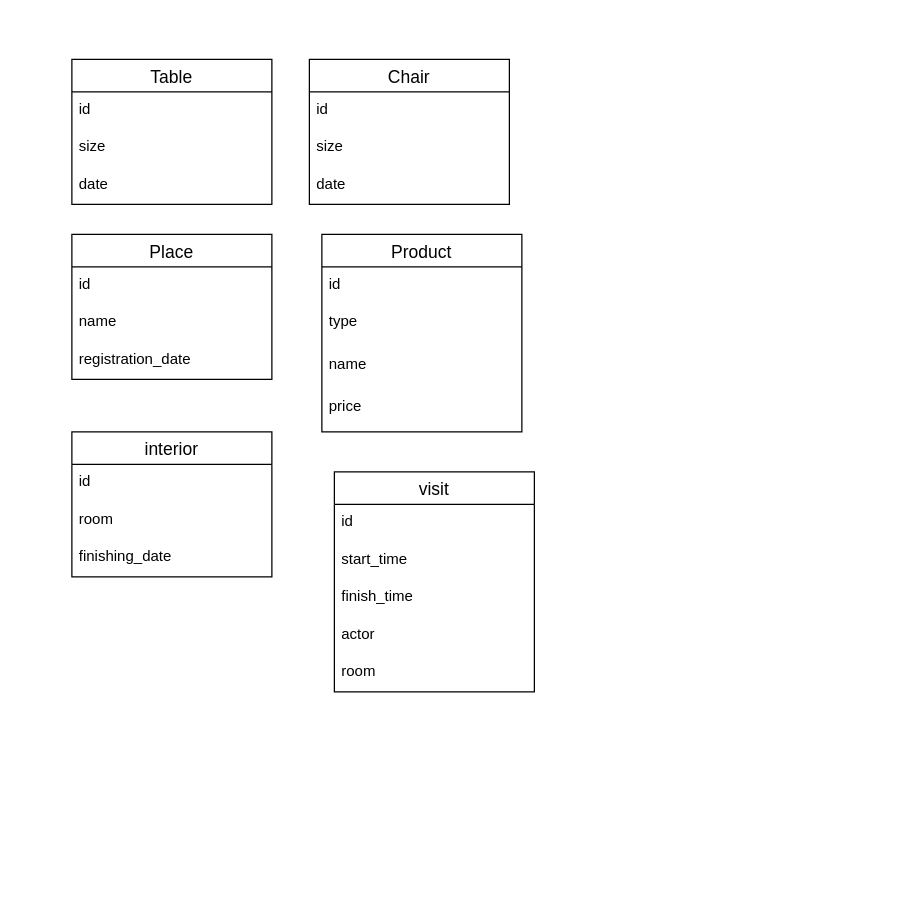
The draw.io diagram lab1/images/Диаграмма без названия.drawio in ShchA317/DBs, before the edit. Source tidied: cells renumbered, new cells numbered last; positions are measured from the earlier drawing's top-left corner, leaving out a move shared by most shapes. Both pictures are drawn from the tidied source at 125%, with x=0, y=0 at pixel (71, 59).
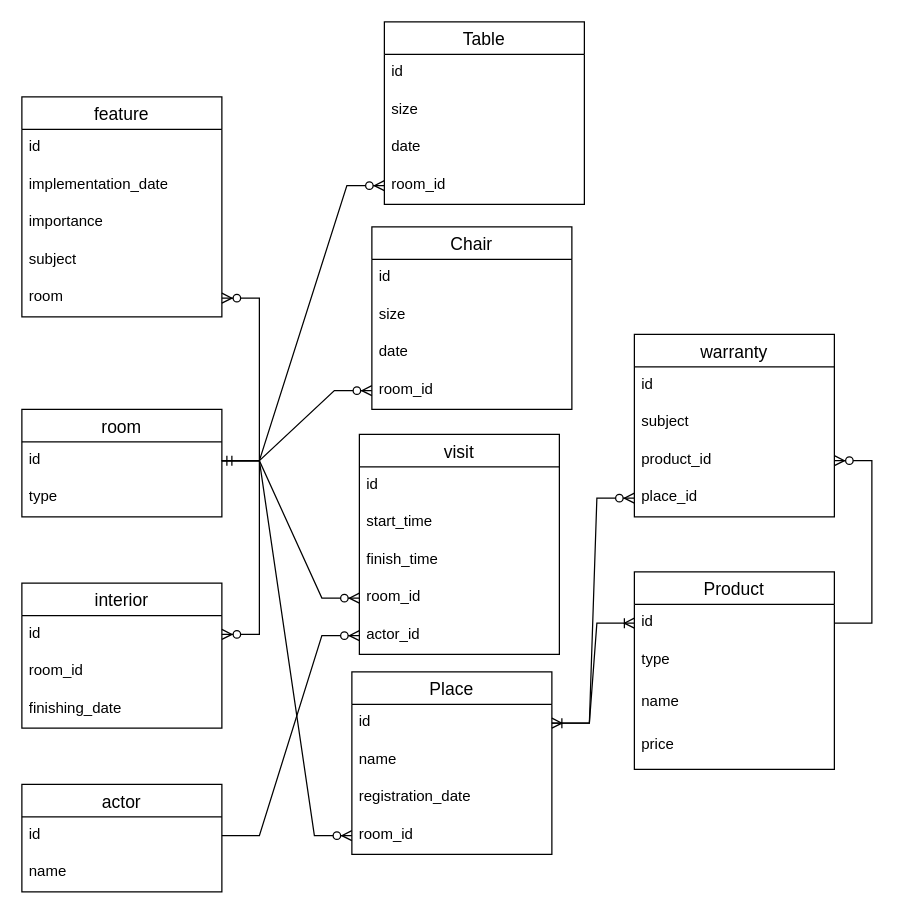
The same page after the edit.

Unchanged cells that the change refers to:
```xml
<mxCell id="7" value="id" style="text;strokeColor=none;fillColor=none;spacingLeft=4;spacingRight=4;overflow=hidden;points=[[0,0.5],[1,0.5]];portConstraint=eastwest;fontSize=12;whiteSpace=wrap;html=1;" parent="6" vertex="1">
  <mxGeometry y="26" width="160" height="30" as="geometry" />
</mxCell>
<mxCell id="11" value="id" style="text;strokeColor=none;fillColor=none;spacingLeft=4;spacingRight=4;overflow=hidden;points=[[0,0.5],[1,0.5]];portConstraint=eastwest;fontSize=12;whiteSpace=wrap;html=1;" parent="10" vertex="1">
  <mxGeometry y="26" width="160" height="30" as="geometry" />
</mxCell>
<mxCell id="15" value="id" style="text;strokeColor=none;fillColor=none;spacingLeft=4;spacingRight=4;overflow=hidden;points=[[0,0.5],[1,0.5]];portConstraint=eastwest;fontSize=12;whiteSpace=wrap;html=1;" parent="14" vertex="1">
  <mxGeometry y="26" width="160" height="30" as="geometry" />
</mxCell>
```

The edit, as a diff of the source:
```diff
@@
     <mxCell id="2" value="Table" style="swimlane;fontStyle=0;horizontal=1;startSize=26;align=center;fontSize=14;" parent="1" vertex="1">
-      <mxGeometry width="160" height="116" as="geometry" />
+      <mxGeometry x="250" y="-30" width="160" height="146" as="geometry" />
     </mxCell>
@@
+    <mxCell id="29" value="room_id" style="text;strokeColor=none;fillColor=none;spacingLeft=4;spacingRight=4;overflow=hidden;points=[[0,0.5],[1,0.5]];portConstraint=eastwest;fontSize=12;whiteSpace=wrap;html=1;" parent="2" vertex="1">
+      <mxGeometry y="116" width="160" height="30" as="geometry" />
+    </mxCell>
     <mxCell id="6" value="Place" style="swimlane;fontStyle=0;horizontal=1;startSize=26;align=center;fontSize=14;" parent="1" vertex="1">
-      <mxGeometry y="140" width="160" height="116" as="geometry" />
+      <mxGeometry x="224" y="490" width="160" height="146" as="geometry" />
     </mxCell>
@@
+    <mxCell id="30" value="room_id" style="text;strokeColor=none;fillColor=none;spacingLeft=4;spacingRight=4;overflow=hidden;points=[[0,0.5],[1,0.5]];portConstraint=eastwest;fontSize=12;whiteSpace=wrap;html=1;" parent="6" vertex="1">
+      <mxGeometry y="116" width="160" height="30" as="geometry" />
+    </mxCell>
     <mxCell id="10" value="interior" style="swimlane;fontStyle=0;horizontal=1;startSize=26;align=center;fontSize=14;" parent="1" vertex="1">
-      <mxGeometry y="298" width="160" height="116" as="geometry" />
+      <mxGeometry x="-40" y="419" width="160" height="116" as="geometry" />
     </mxCell>
@@
-    <mxCell id="12" value="room" style="text;strokeColor=none;fillColor=none;spacingLeft=4;spacingRight=4;overflow=hidden;fontSize=12;whiteSpace=wrap;html=1;" parent="10" vertex="1">
+    <mxCell id="12" value="room_id" style="text;strokeColor=none;fillColor=none;spacingLeft=4;spacingRight=4;overflow=hidden;fontSize=12;whiteSpace=wrap;html=1;" parent="10" vertex="1">
       <mxGeometry y="56" width="160" height="30" as="geometry" />
     </mxCell>
@@
     <mxCell id="14" value="Product" style="swimlane;fontStyle=0;horizontal=1;startSize=26;align=center;fontSize=14;" parent="1" vertex="1">
-      <mxGeometry x="200" y="140" width="160" height="158" as="geometry" />
+      <mxGeometry x="450" y="410" width="160" height="158" as="geometry" />
     </mxCell>
@@
     <mxCell id="19" value="Chair" style="swimlane;fontStyle=0;horizontal=1;startSize=26;align=center;fontSize=14;" parent="1" vertex="1">
-      <mxGeometry x="190" width="160" height="116" as="geometry" />
+      <mxGeometry x="240" y="134" width="160" height="146" as="geometry" />
     </mxCell>
@@
+    <mxCell id="31" value="room_id" style="text;strokeColor=none;fillColor=none;spacingLeft=4;spacingRight=4;overflow=hidden;points=[[0,0.5],[1,0.5]];portConstraint=eastwest;fontSize=12;whiteSpace=wrap;html=1;" parent="19" vertex="1">
+      <mxGeometry y="116" width="160" height="30" as="geometry" />
+    </mxCell>
     <mxCell id="23" value="visit" style="swimlane;fontStyle=0;horizontal=1;startSize=26;align=center;fontSize=14;" parent="1" vertex="1">
-      <mxGeometry x="210" y="330" width="160" height="176" as="geometry" />
+      <mxGeometry x="230" y="300" width="160" height="176" as="geometry" />
     </mxCell>
@@
+    <mxCell id="28" value="room_id" style="text;strokeColor=none;fillColor=none;spacingLeft=4;spacingRight=4;overflow=hidden;points=[[0,0.5],[1,0.5]];portConstraint=eastwest;fontSize=12;whiteSpace=wrap;html=1;" parent="23" vertex="1">
+      <mxGeometry y="116" width="160" height="30" as="geometry" />
+    </mxCell>
-    <mxCell id="27" value="actor" style="text;strokeColor=none;fillColor=none;spacingLeft=4;spacingRight=4;overflow=hidden;points=[[0,0.5],[1,0.5]];portConstraint=eastwest;fontSize=12;whiteSpace=wrap;html=1;" parent="23" vertex="1">
-      <mxGeometry y="116" width="160" height="30" as="geometry" />
+    <mxCell id="27" value="actor_id" style="text;strokeColor=none;fillColor=none;spacingLeft=4;spacingRight=4;overflow=hidden;points=[[0,0.5],[1,0.5]];portConstraint=eastwest;fontSize=12;whiteSpace=wrap;html=1;" parent="23" vertex="1">
+      <mxGeometry y="146" width="160" height="30" as="geometry" />
     </mxCell>
-    <mxCell id="28" value="room" style="text;strokeColor=none;fillColor=none;spacingLeft=4;spacingRight=4;overflow=hidden;points=[[0,0.5],[1,0.5]];portConstraint=eastwest;fontSize=12;whiteSpace=wrap;html=1;" parent="23" vertex="1">
-      <mxGeometry y="146" width="160" height="30" as="geometry" />
-    </mxCell>
+    <mxCell id="32" value="feature" style="swimlane;fontStyle=0;horizontal=1;startSize=26;align=center;fontSize=14;" parent="1" vertex="1">
+      <mxGeometry x="-40" y="30" width="160" height="176" as="geometry" />
+    </mxCell>
+    <mxCell id="33" value="id" style="text;strokeColor=none;fillColor=none;spacingLeft=4;spacingRight=4;overflow=hidden;fontSize=12;whiteSpace=wrap;html=1;" parent="32" vertex="1">
+      <mxGeometry y="26" width="160" height="30" as="geometry" />
+    </mxCell>
+    <mxCell id="34" value="implementation_date" style="text;strokeColor=none;fillColor=none;spacingLeft=4;spacingRight=4;overflow=hidden;fontSize=12;whiteSpace=wrap;html=1;" parent="32" vertex="1">
+      <mxGeometry y="56" width="160" height="30" as="geometry" />
+    </mxCell>
+    <mxCell id="35" value="importance" style="text;strokeColor=none;fillColor=none;spacingLeft=4;spacingRight=4;overflow=hidden;fontSize=12;whiteSpace=wrap;html=1;" parent="32" vertex="1">
+      <mxGeometry y="86" width="160" height="30" as="geometry" />
+    </mxCell>
+    <mxCell id="36" value="subject" style="text;strokeColor=none;fillColor=none;spacingLeft=4;spacingRight=4;overflow=hidden;fontSize=12;whiteSpace=wrap;html=1;" parent="32" vertex="1">
+      <mxGeometry y="116" width="160" height="30" as="geometry" />
+    </mxCell>
+    <mxCell id="37" value="room" style="text;strokeColor=none;fillColor=none;spacingLeft=4;spacingRight=4;overflow=hidden;points=[[0,0.5],[1,0.5]];portConstraint=eastwest;fontSize=12;whiteSpace=wrap;html=1;" parent="32" vertex="1">
+      <mxGeometry y="146" width="160" height="30" as="geometry" />
+    </mxCell>
+    <mxCell id="38" value="warranty" style="swimlane;fontStyle=0;horizontal=1;startSize=26;align=center;fontSize=14;" parent="1" vertex="1">
+      <mxGeometry x="450" y="220" width="160" height="146" as="geometry" />
+    </mxCell>
+    <mxCell id="39" value="id" style="text;strokeColor=none;fillColor=none;spacingLeft=4;spacingRight=4;overflow=hidden;fontSize=12;whiteSpace=wrap;html=1;" parent="38" vertex="1">
+      <mxGeometry y="26" width="160" height="30" as="geometry" />
+    </mxCell>
+    <mxCell id="40" value="subject" style="text;strokeColor=none;fillColor=none;spacingLeft=4;spacingRight=4;overflow=hidden;fontSize=12;whiteSpace=wrap;html=1;" parent="38" vertex="1">
+      <mxGeometry y="56" width="160" height="30" as="geometry" />
+    </mxCell>
+    <mxCell id="41" value="product_id" style="text;strokeColor=none;fillColor=none;spacingLeft=4;spacingRight=4;overflow=hidden;points=[[0,0.5],[1,0.5]];portConstraint=eastwest;fontSize=12;whiteSpace=wrap;html=1;" parent="38" vertex="1">
+      <mxGeometry y="86" width="160" height="30" as="geometry" />
+    </mxCell>
+    <mxCell id="42" value="place_id" style="text;strokeColor=none;fillColor=none;spacingLeft=4;spacingRight=4;overflow=hidden;points=[[0,0.5],[1,0.5]];portConstraint=eastwest;fontSize=12;whiteSpace=wrap;html=1;" parent="38" vertex="1">
+      <mxGeometry y="116" width="160" height="30" as="geometry" />
+    </mxCell>
+    <mxCell id="43" value="room" style="swimlane;fontStyle=0;horizontal=1;startSize=26;align=center;fontSize=14;" parent="1" vertex="1">
+      <mxGeometry x="-40" y="280" width="160" height="86" as="geometry" />
+    </mxCell>
+    <mxCell id="44" value="id" style="text;strokeColor=none;fillColor=none;spacingLeft=4;spacingRight=4;overflow=hidden;points=[[0,0.5],[1,0.5]];portConstraint=eastwest;fontSize=12;whiteSpace=wrap;html=1;" parent="43" vertex="1">
+      <mxGeometry y="26" width="160" height="30" as="geometry" />
+    </mxCell>
+    <mxCell id="45" value="type" style="text;strokeColor=none;fillColor=none;spacingLeft=4;spacingRight=4;overflow=hidden;fontSize=12;whiteSpace=wrap;html=1;" parent="43" vertex="1">
+      <mxGeometry y="56" width="160" height="30" as="geometry" />
+    </mxCell>
+    <mxCell id="46" value="actor" style="swimlane;fontStyle=0;horizontal=1;startSize=26;align=center;fontSize=14;" parent="1" vertex="1">
+      <mxGeometry x="-40" y="580" width="160" height="86" as="geometry" />
+    </mxCell>
+    <mxCell id="47" value="id" style="text;strokeColor=none;fillColor=none;spacingLeft=4;spacingRight=4;overflow=hidden;points=[[0,0.5],[1,0.5]];portConstraint=eastwest;fontSize=12;whiteSpace=wrap;html=1;" parent="46" vertex="1">
+      <mxGeometry y="26" width="160" height="30" as="geometry" />
+    </mxCell>
+    <mxCell id="48" value="name" style="text;strokeColor=none;fillColor=none;spacingLeft=4;spacingRight=4;overflow=hidden;fontSize=12;whiteSpace=wrap;html=1;" parent="46" vertex="1">
+      <mxGeometry y="56" width="160" height="30" as="geometry" />
+    </mxCell>
+    <mxCell id="49" style="edgeStyle=entityRelationEdgeStyle;fontSize=12;html=1;endArrow=ERzeroToMany;endFill=1;rounded=0;exitX=1;exitY=0.5;exitDx=0;exitDy=0;" parent="1" edge="1" source="44" target="29">
+      <mxGeometry relative="1" as="geometry">
+        <Array as="points">
+          <mxPoint x="-50" y="450" />
+          <mxPoint x="-100" y="400" />
+          <mxPoint x="190" y="-100" />
+          <mxPoint x="-80" y="420" />
+          <mxPoint x="-110" y="390" />
+        </Array>
+      </mxGeometry>
+    </mxCell>
+    <mxCell id="50" style="edgeStyle=entityRelationEdgeStyle;fontSize=12;html=1;endArrow=ERzeroToMany;endFill=1;rounded=0;exitX=1;exitY=0.5;exitDx=0;exitDy=0;entryX=0;entryY=0.5;entryDx=0;entryDy=0;" parent="1" edge="1" source="44" target="28">
+      <mxGeometry relative="1" as="geometry" />
+    </mxCell>
+    <mxCell id="51" style="edgeStyle=entityRelationEdgeStyle;fontSize=12;html=1;endArrow=ERzeroToMany;endFill=1;rounded=0;exitX=1;exitY=0.5;exitDx=0;exitDy=0;" parent="1" edge="1" source="47" target="27">
+      <mxGeometry relative="1" as="geometry" />
+    </mxCell>
+    <mxCell id="52" style="edgeStyle=entityRelationEdgeStyle;fontSize=12;html=1;endArrow=ERzeroToMany;endFill=1;rounded=0;exitX=1;exitY=0.5;exitDx=0;exitDy=0;" parent="1" edge="1" source="44" target="30">
+      <mxGeometry relative="1" as="geometry" />
+    </mxCell>
+    <mxCell id="53" style="edgeStyle=entityRelationEdgeStyle;fontSize=12;html=1;endArrow=ERzeroToMany;endFill=1;rounded=0;" parent="1" edge="1" source="7" target="42">
+      <mxGeometry relative="1" as="geometry" />
+    </mxCell>
+    <mxCell id="54" style="edgeStyle=entityRelationEdgeStyle;fontSize=12;html=1;endArrow=ERzeroToMany;endFill=1;rounded=0;exitX=1;exitY=0.5;exitDx=0;exitDy=0;" parent="1" edge="1" source="15" target="41">
+      <mxGeometry relative="1" as="geometry" />
+    </mxCell>
+    <mxCell id="55" style="edgeStyle=entityRelationEdgeStyle;fontSize=12;html=1;endArrow=ERzeroToMany;endFill=1;rounded=0;exitX=1;exitY=0.5;exitDx=0;exitDy=0;" parent="1" edge="1" source="44" target="11">
+      <mxGeometry relative="1" as="geometry" />
+    </mxCell>
+    <mxCell id="56" style="edgeStyle=entityRelationEdgeStyle;fontSize=12;html=1;endArrow=ERzeroToMany;endFill=1;rounded=0;exitX=1;exitY=0.5;exitDx=0;exitDy=0;" parent="1" edge="1" source="44" target="37">
+      <mxGeometry relative="1" as="geometry">
+        <Array as="points">
+          <mxPoint x="190" y="550" />
+          <mxPoint x="170" y="790" />
+          <mxPoint x="150" y="820" />
+        </Array>
+      </mxGeometry>
+    </mxCell>
+    <mxCell id="57" style="edgeStyle=entityRelationEdgeStyle;fontSize=12;html=1;endArrow=ERzeroToMany;startArrow=ERmandOne;rounded=0;entryX=0;entryY=0.5;entryDx=0;entryDy=0;" parent="1" edge="1" source="44" target="31">
+      <mxGeometry relative="1" as="geometry" />
+    </mxCell>
+    <mxCell id="58" style="edgeStyle=entityRelationEdgeStyle;fontSize=12;html=1;endArrow=ERoneToMany;startArrow=ERoneToMany;rounded=0;entryX=0;entryY=0.5;entryDx=0;entryDy=0;exitX=1;exitY=0.5;exitDx=0;exitDy=0;" parent="1" edge="1" source="7" target="15">
+      <mxGeometry relative="1" as="geometry" />
+    </mxCell>
```
